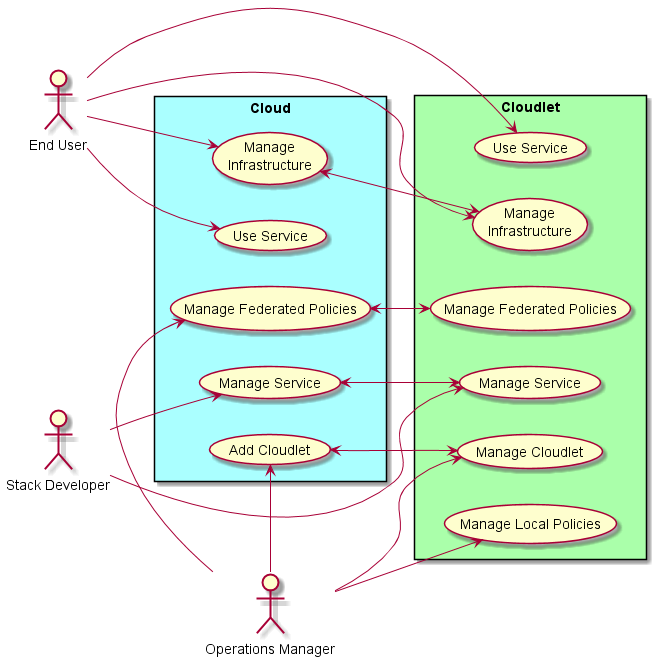
Earlier version of the PlantUML export docs/UseCases/UseCases.png (CAADE/CloudLet). Its diagram source:
```plantuml
@startuml
:Operations Manager: as Ops
:End User: as User
:Stack Developer: as Stack


left to right direction

rectangle "Cloudlet" #aaffaa {
(Manage Cloudlet) as (RC1)
(Manage Local Policies) as (ULP)
(Manage Federated Policies) as (USP)
(Use Service) as US
(Manage Service) as RS
(Manage\nInfrastructure) as RI

Ops --> RC1
Ops --> ULP
User -> RI

}


rectangle "Cloud" #aaffff {
(Add Cloudlet) as (AC1)
(Manage Federated Policies ) as UCP
(Use Service ) as USA
(Manage Service ) as RSA
(Manage\nInfrastructure ) as RIM
Ops -> AC1
AC1 <--> RC1
Ops -> UCP
UCP <--> USP
RIM <--> RI
User -> RIM
}

User --> US
User --> USA

Stack --> RS
Stack --> RSA
RS <--> RSA

@enduml
```
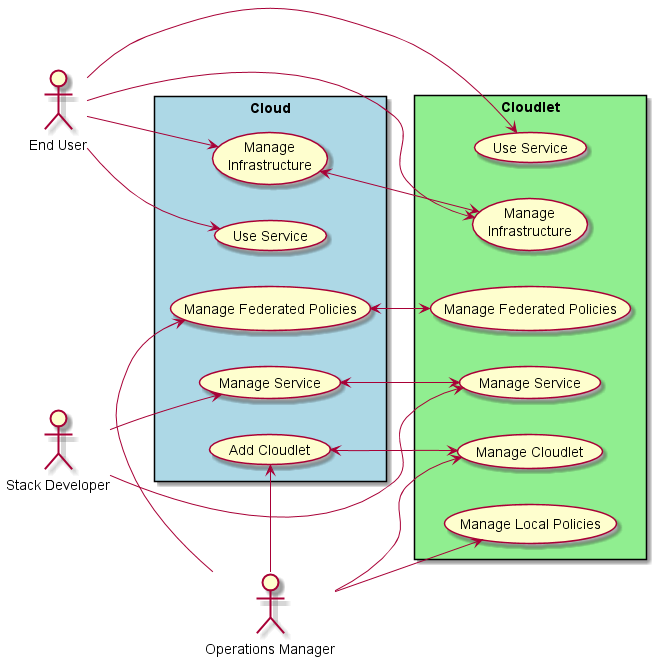
The same file after the commit.

The edit, as a diff of the source:
```diff
@@ -6,7 +6,7 @@
 
 left to right direction
 
-rectangle "Cloudlet" #aaffaa {
+rectangle "Cloudlet" #lightgreen {
 (Manage Cloudlet) as (RC1)
 (Manage Local Policies) as (ULP)
 (Manage Federated Policies) as (USP)
@@ -21,12 +21,12 @@
 }
 
 
-rectangle "Cloud" #aaffff {
+rectangle "Cloud" #lightblue {
 (Add Cloudlet) as (AC1)
-(Manage Federated Policies ) as UCP
-(Use Service ) as USA
-(Manage Service ) as RSA
-(Manage\nInfrastructure ) as RIM
+(Manage Federated Policies) as UCP
+(Use Service) as USA
+(Manage Service) as RSA
+(Manage\nInfrastructure)  as RIM
 Ops -> AC1
 AC1 <--> RC1
 Ops -> UCP
```
